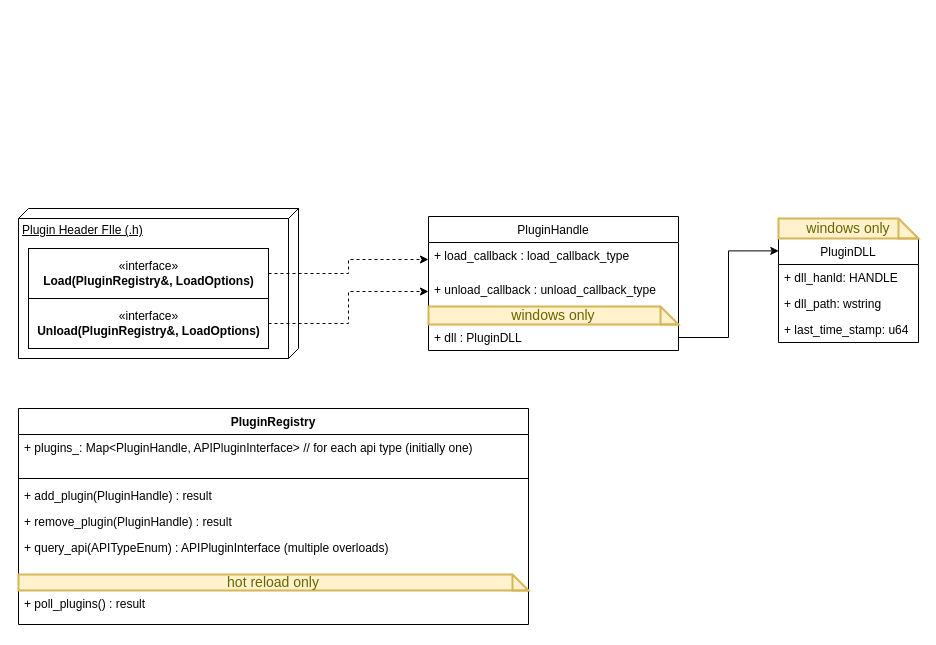
Earlier version of the draw.io diagram docs/diagrams/plugin_architecture.drawio (MarkSkyzoid/sakura). Source tidied: cells renumbered, new cells numbered last; positions are measured from the earlier drawing's top-left corner, leaving out a move shared by most shapes. Both pictures are drawn from the tidied source at 100%, with x=0, y=0 at pixel (18, 208).
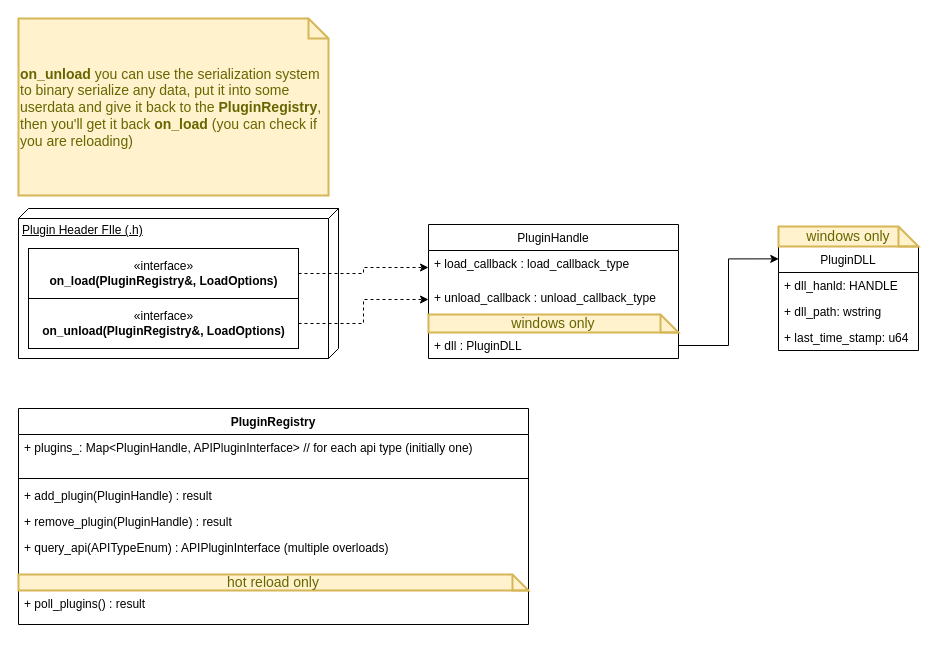
After the change.

What changed in the source:
```diff
@@
     <mxCell id="2" value="&lt;div&gt;Plugin Header FIle (.h)&lt;br&gt;&lt;/div&gt;&lt;div&gt;&lt;br&gt;&lt;/div&gt;" style="verticalAlign=top;align=left;spacingTop=8;spacingLeft=2;spacingRight=12;shape=cube;size=10;direction=south;fontStyle=4;html=1;" parent="1" vertex="1">
-      <mxGeometry width="280" height="150" as="geometry" />
+      <mxGeometry width="320" height="150" as="geometry" />
     </mxCell>
@@
-    <mxCell id="4" value="«interface»&lt;br&gt;&lt;div&gt;&lt;b&gt;Load(PluginRegistry&amp;amp;, LoadOptions)&lt;/b&gt;&lt;/div&gt;" style="html=1;" parent="1" vertex="1">
-      <mxGeometry x="10" y="40" width="240" height="50" as="geometry" />
+    <mxCell id="4" value="«interface»&lt;br&gt;&lt;div&gt;&lt;b&gt;on_load(PluginRegistry&amp;amp;, LoadOptions)&lt;/b&gt;&lt;/div&gt;" style="html=1;" parent="1" vertex="1">
+      <mxGeometry x="10" y="40" width="270" height="50" as="geometry" />
     </mxCell>
@@
-    <mxCell id="6" value="«interface»&lt;br&gt;&lt;div&gt;&lt;b&gt;Unload(&lt;/b&gt;&lt;b&gt;PluginRegistry&amp;amp;, LoadOptions)&lt;/b&gt;&lt;/div&gt;" style="html=1;" parent="1" vertex="1">
-      <mxGeometry x="10" y="90" width="240" height="50" as="geometry" />
+    <mxCell id="6" value="«interface»&lt;br&gt;&lt;div&gt;&lt;b&gt;on_unload(&lt;/b&gt;&lt;b&gt;PluginRegistry&amp;amp;, LoadOptions)&lt;/b&gt;&lt;/div&gt;" style="html=1;" parent="1" vertex="1">
+      <mxGeometry x="10" y="90" width="270" height="50" as="geometry" />
     </mxCell>
@@
     <mxCell id="17" value="PluginDLL" style="swimlane;fontStyle=0;horizontal=1;startSize=26;fillColor=none;strokeColor=#000000;" parent="1" vertex="1">
-      <mxGeometry x="760" y="30" width="140" height="104" as="geometry" />
+      <mxGeometry x="760" y="38" width="140" height="104" as="geometry" />
     </mxCell>
@@
     <mxCell id="21" value="&lt;div&gt;windows only&lt;br&gt;&lt;/div&gt;" style="shape=note;strokeWidth=2;fontSize=14;size=20;whiteSpace=wrap;html=1;fillColor=#fff2cc;strokeColor=#d6b656;fontColor=#666600;" parent="1" vertex="1">
-      <mxGeometry x="760" y="10" width="140" height="20" as="geometry" />
+      <mxGeometry x="760" y="18" width="140" height="20" as="geometry" />
     </mxCell>
     <mxCell id="22" value="PluginHandle" style="swimlane;fontStyle=0;horizontal=1;startSize=26;fillColor=none;strokeColor=#000000;" parent="1" vertex="1">
-      <mxGeometry x="410" y="8" width="250" height="134" as="geometry" />
+      <mxGeometry x="410" y="16" width="250" height="134" as="geometry" />
     </mxCell>
@@
+    <mxCell id="28" value="&lt;b&gt;on_unload &lt;/b&gt;you can use the serialization system to binary serialize any data, put it into some userdata and give it back to the &lt;b&gt;PluginRegistry&lt;/b&gt;, then you'll get it back &lt;b&gt;on_load&lt;/b&gt; (you can check if you are reloading)" style="shape=note;strokeWidth=2;fontSize=14;size=20;whiteSpace=wrap;html=1;fillColor=#fff2cc;strokeColor=#d6b656;fontColor=#666600;align=left;" parent="1" vertex="1">
+      <mxGeometry y="-190" width="310" height="177" as="geometry" />
+    </mxCell>
```
